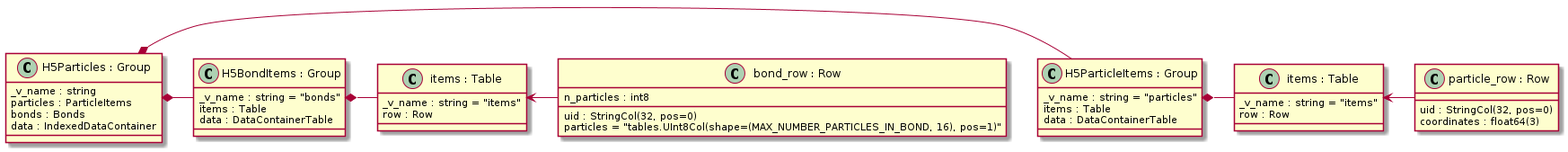
Before: doc/source/images/h5particles.png, a diagram exported from PlantUML (simphony/simphony-common).
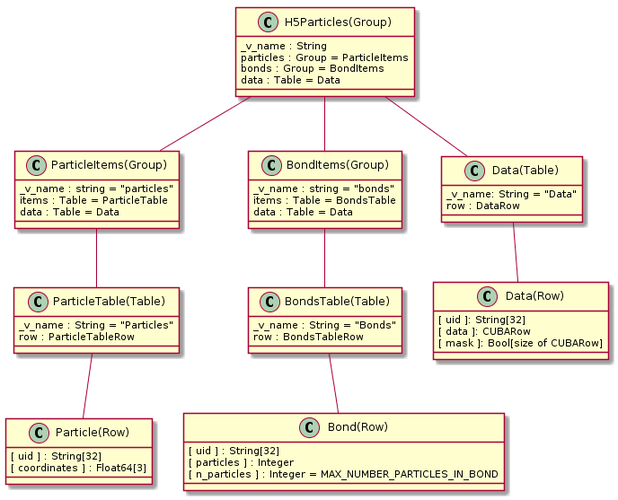
The same diagram one commit later.

Commit message:
Update Particles with the last suggestions

The edit, as a diff of the source:
```diff
@@ -1,50 +1,64 @@
 @startuml
-class H5Particles as "H5Particles : Group" {
-   _v_name : string
-   particles : ParticleItems
-   bonds : Bonds
-   data : IndexedDataContainer
+class H5Particles as "H5Particles(Group)" {
+   _v_name : String
+   particles : Group = ParticleItems
+   bonds : Group = BondItems
+   data : Table = Data
 }
 
-class H5ParticleItems as "H5ParticleItems : Group" {
+class ParticleItems as "ParticleItems(Group)" {
    _v_name : string = "particles"
-   items : Table
-   data : DataContainerTable
+   items : Table = ParticleTable
+   data : Table = Data
 }
 
-class H5BondItems as "H5BondItems : Group" {
+class BondItems as "BondItems(Group)" {
    _v_name : string = "bonds"
-   items : Table
-   data : DataContainerTable
+   items : Table = BondsTable
+   data : Table = Data
 }
 
-class ParticleTable as "items : Table" {
-   _v_name : string = "items"
-   row : Row
+class ParticleTable as "ParticleTable(Table)" {
+   _v_name : String = "Particles"
+   row : ParticleTableRow
 }
 
-class BondsTable as "items : Table" {
-   _v_name : string = "items"
-   row : Row
+class BondsTable as "BondsTable(Table)" {
+   _v_name : String = "Bonds"
+   row : BondsTableRow
 }
 
-class ParticleTableRow as "particle_row : Row" {
-   uid : StringCol(32, pos=0)
-   coordinates : float64(3)
+class Data as "Data(Table)" {
+   _v_name: String = "Data"
+   row : DataRow
 }
 
-class BondTableRow as "bond_row : Row" {
-   uid : StringCol(32, pos=0)
-   particles = "tables.UInt8Col(shape=(MAX_NUMBER_PARTICLES_IN_BOND, 16), pos=1)"
-   n_particles : int8
+class ParticleTableRow as "Particle(Row)" {
+   [ uid ] : String[32]
+   [ coordinates ] : Float64[3]
 }
 
-H5Particles *- H5ParticleItems
-H5Particles *- H5BondItems
-H5ParticleItems *- ParticleTable
-H5BondItems *- BondsTable
+class BondTableRow as "Bond(Row)" {
+   [ uid ] : String[32]
+   [ particles ] : Integer
+   [ n_particles ] : Integer = MAX_NUMBER_PARTICLES_IN_BOND
+}
 
-ParticleTable <- ParticleTableRow
-BondsTable <- BondTableRow
+class DataRow as "Data(Row)" {
+  [ uid ]: String[32]
+  [ data ]: CUBARow
+  [ mask ]: Bool[size of CUBARow]
+}
+
+H5Particles -- ParticleItems
+H5Particles -- BondItems
+H5Particles -- Data
+
+ParticleItems -- ParticleTable
+BondItems -- BondsTable
+
+ParticleTable -- ParticleTableRow
+BondsTable -- BondTableRow
+Data -- DataRow
 
 @enduml
```
